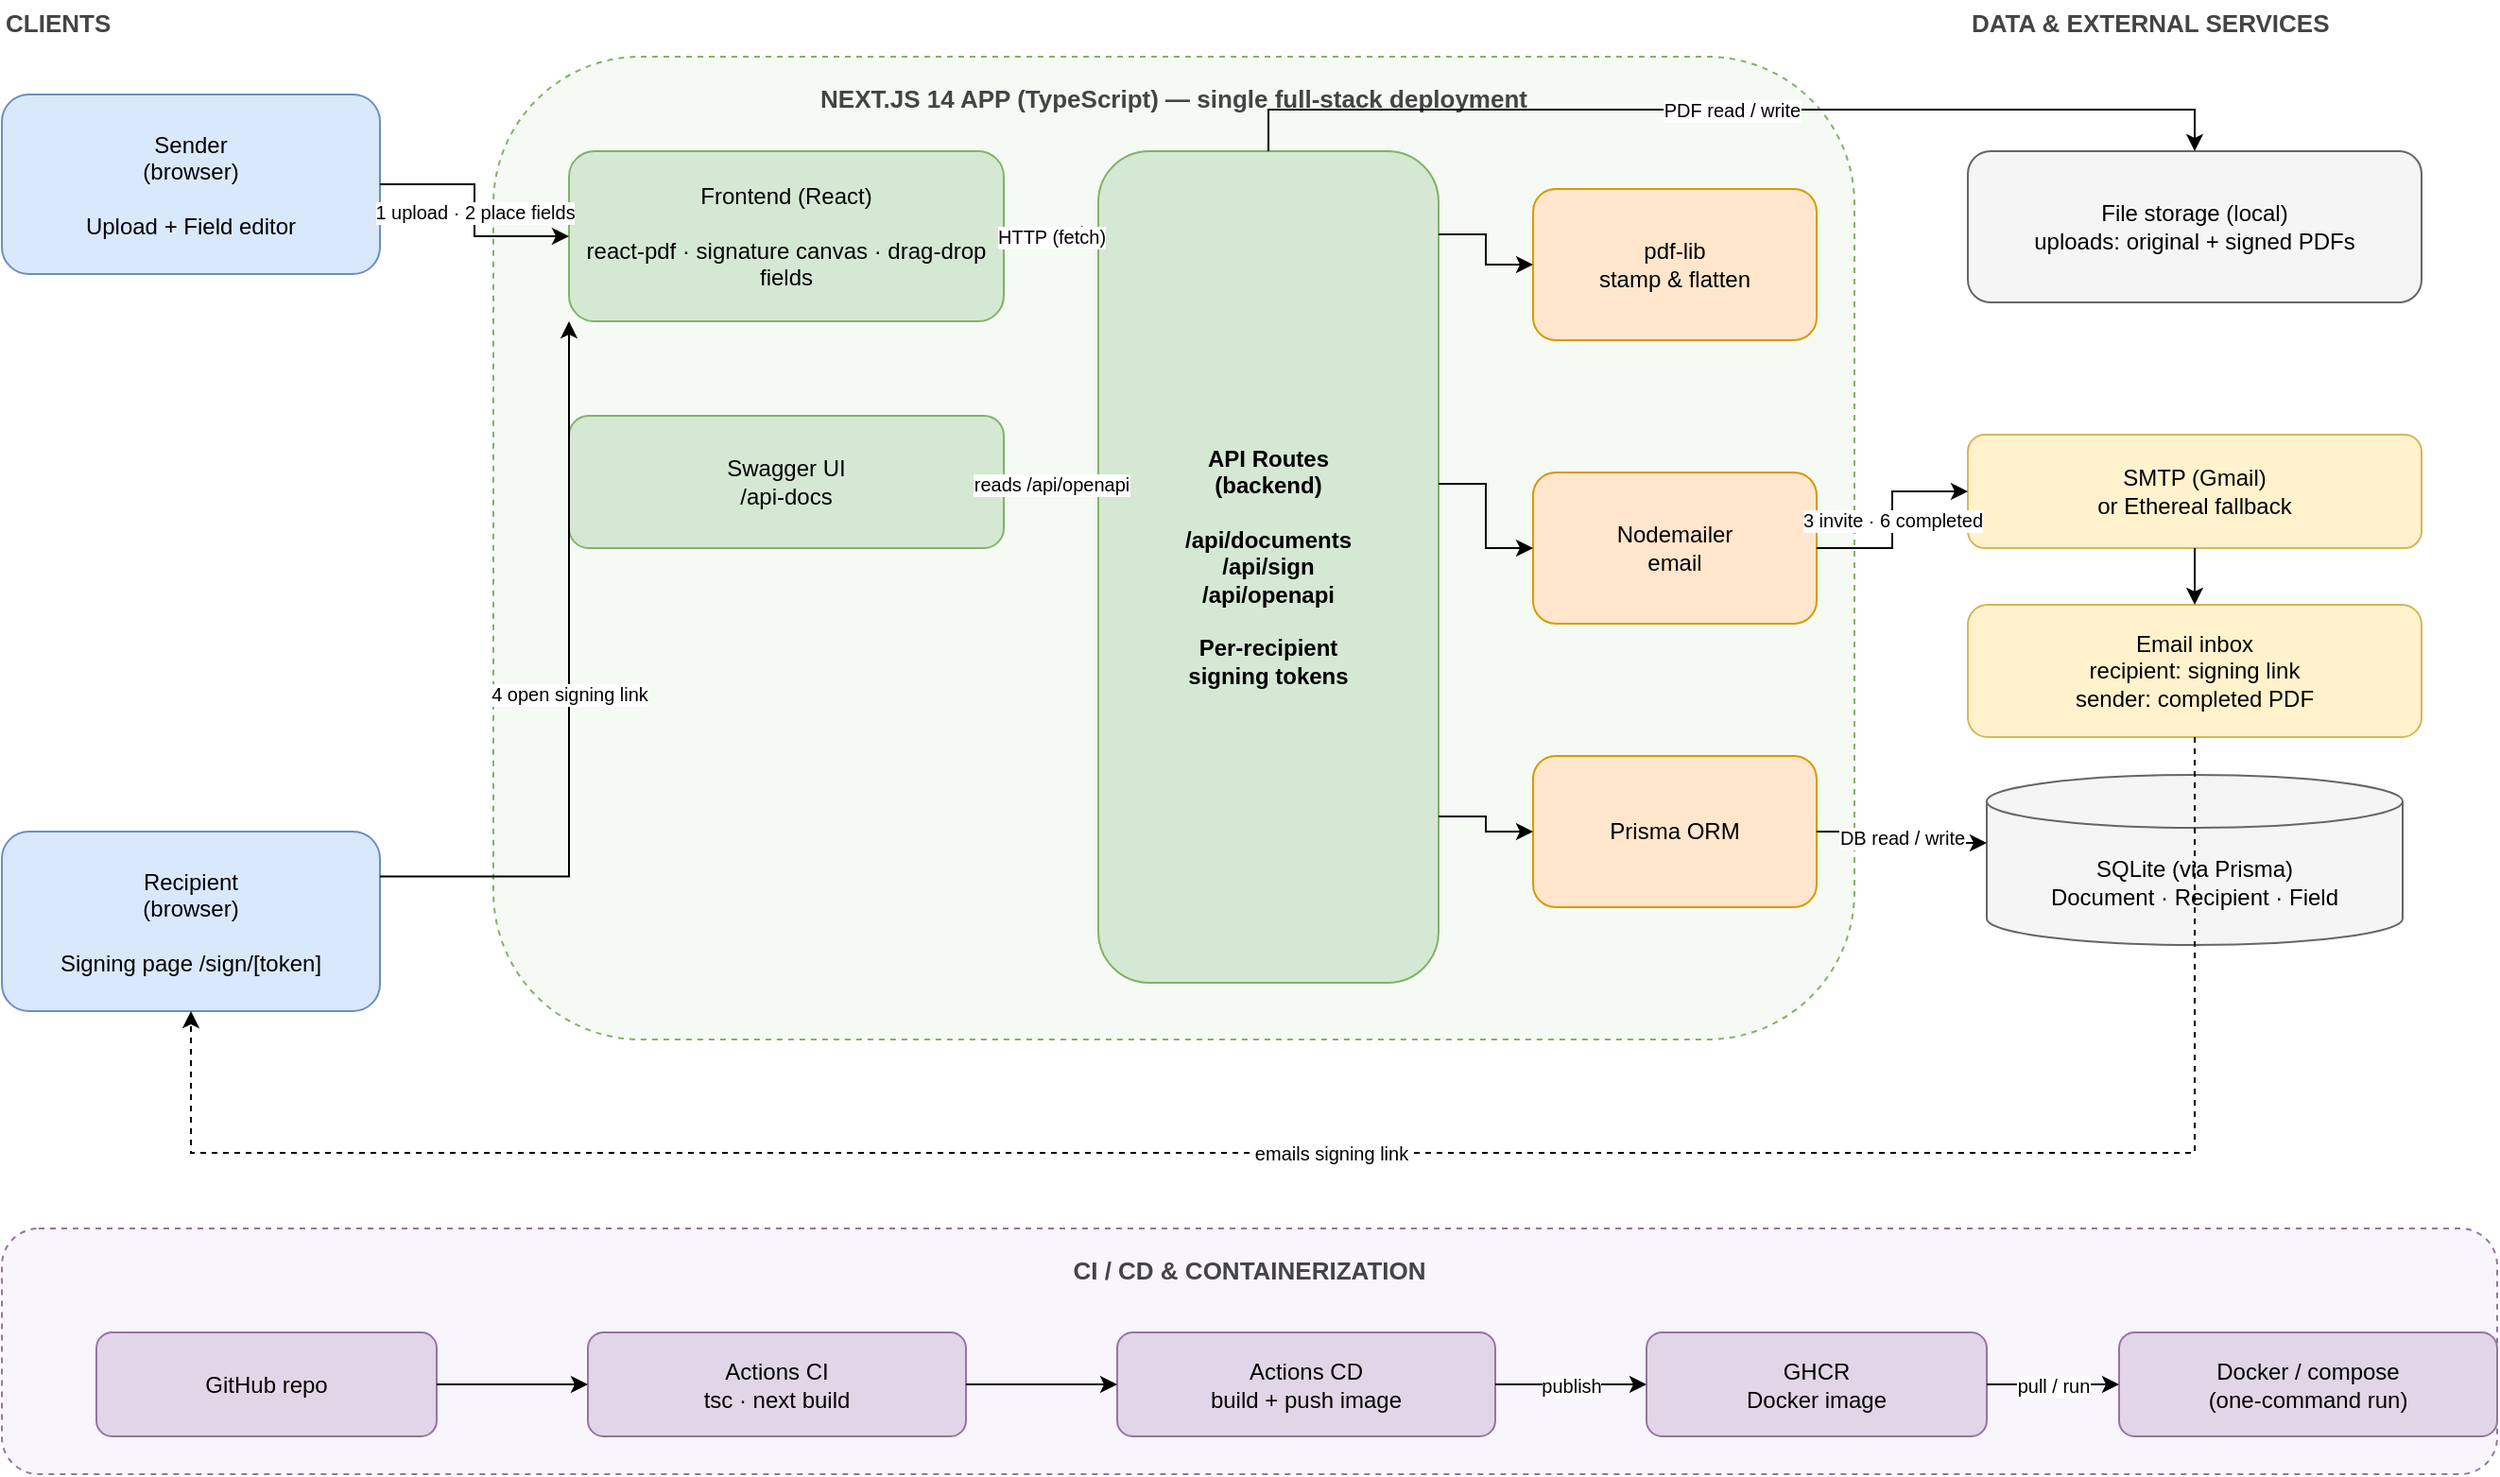
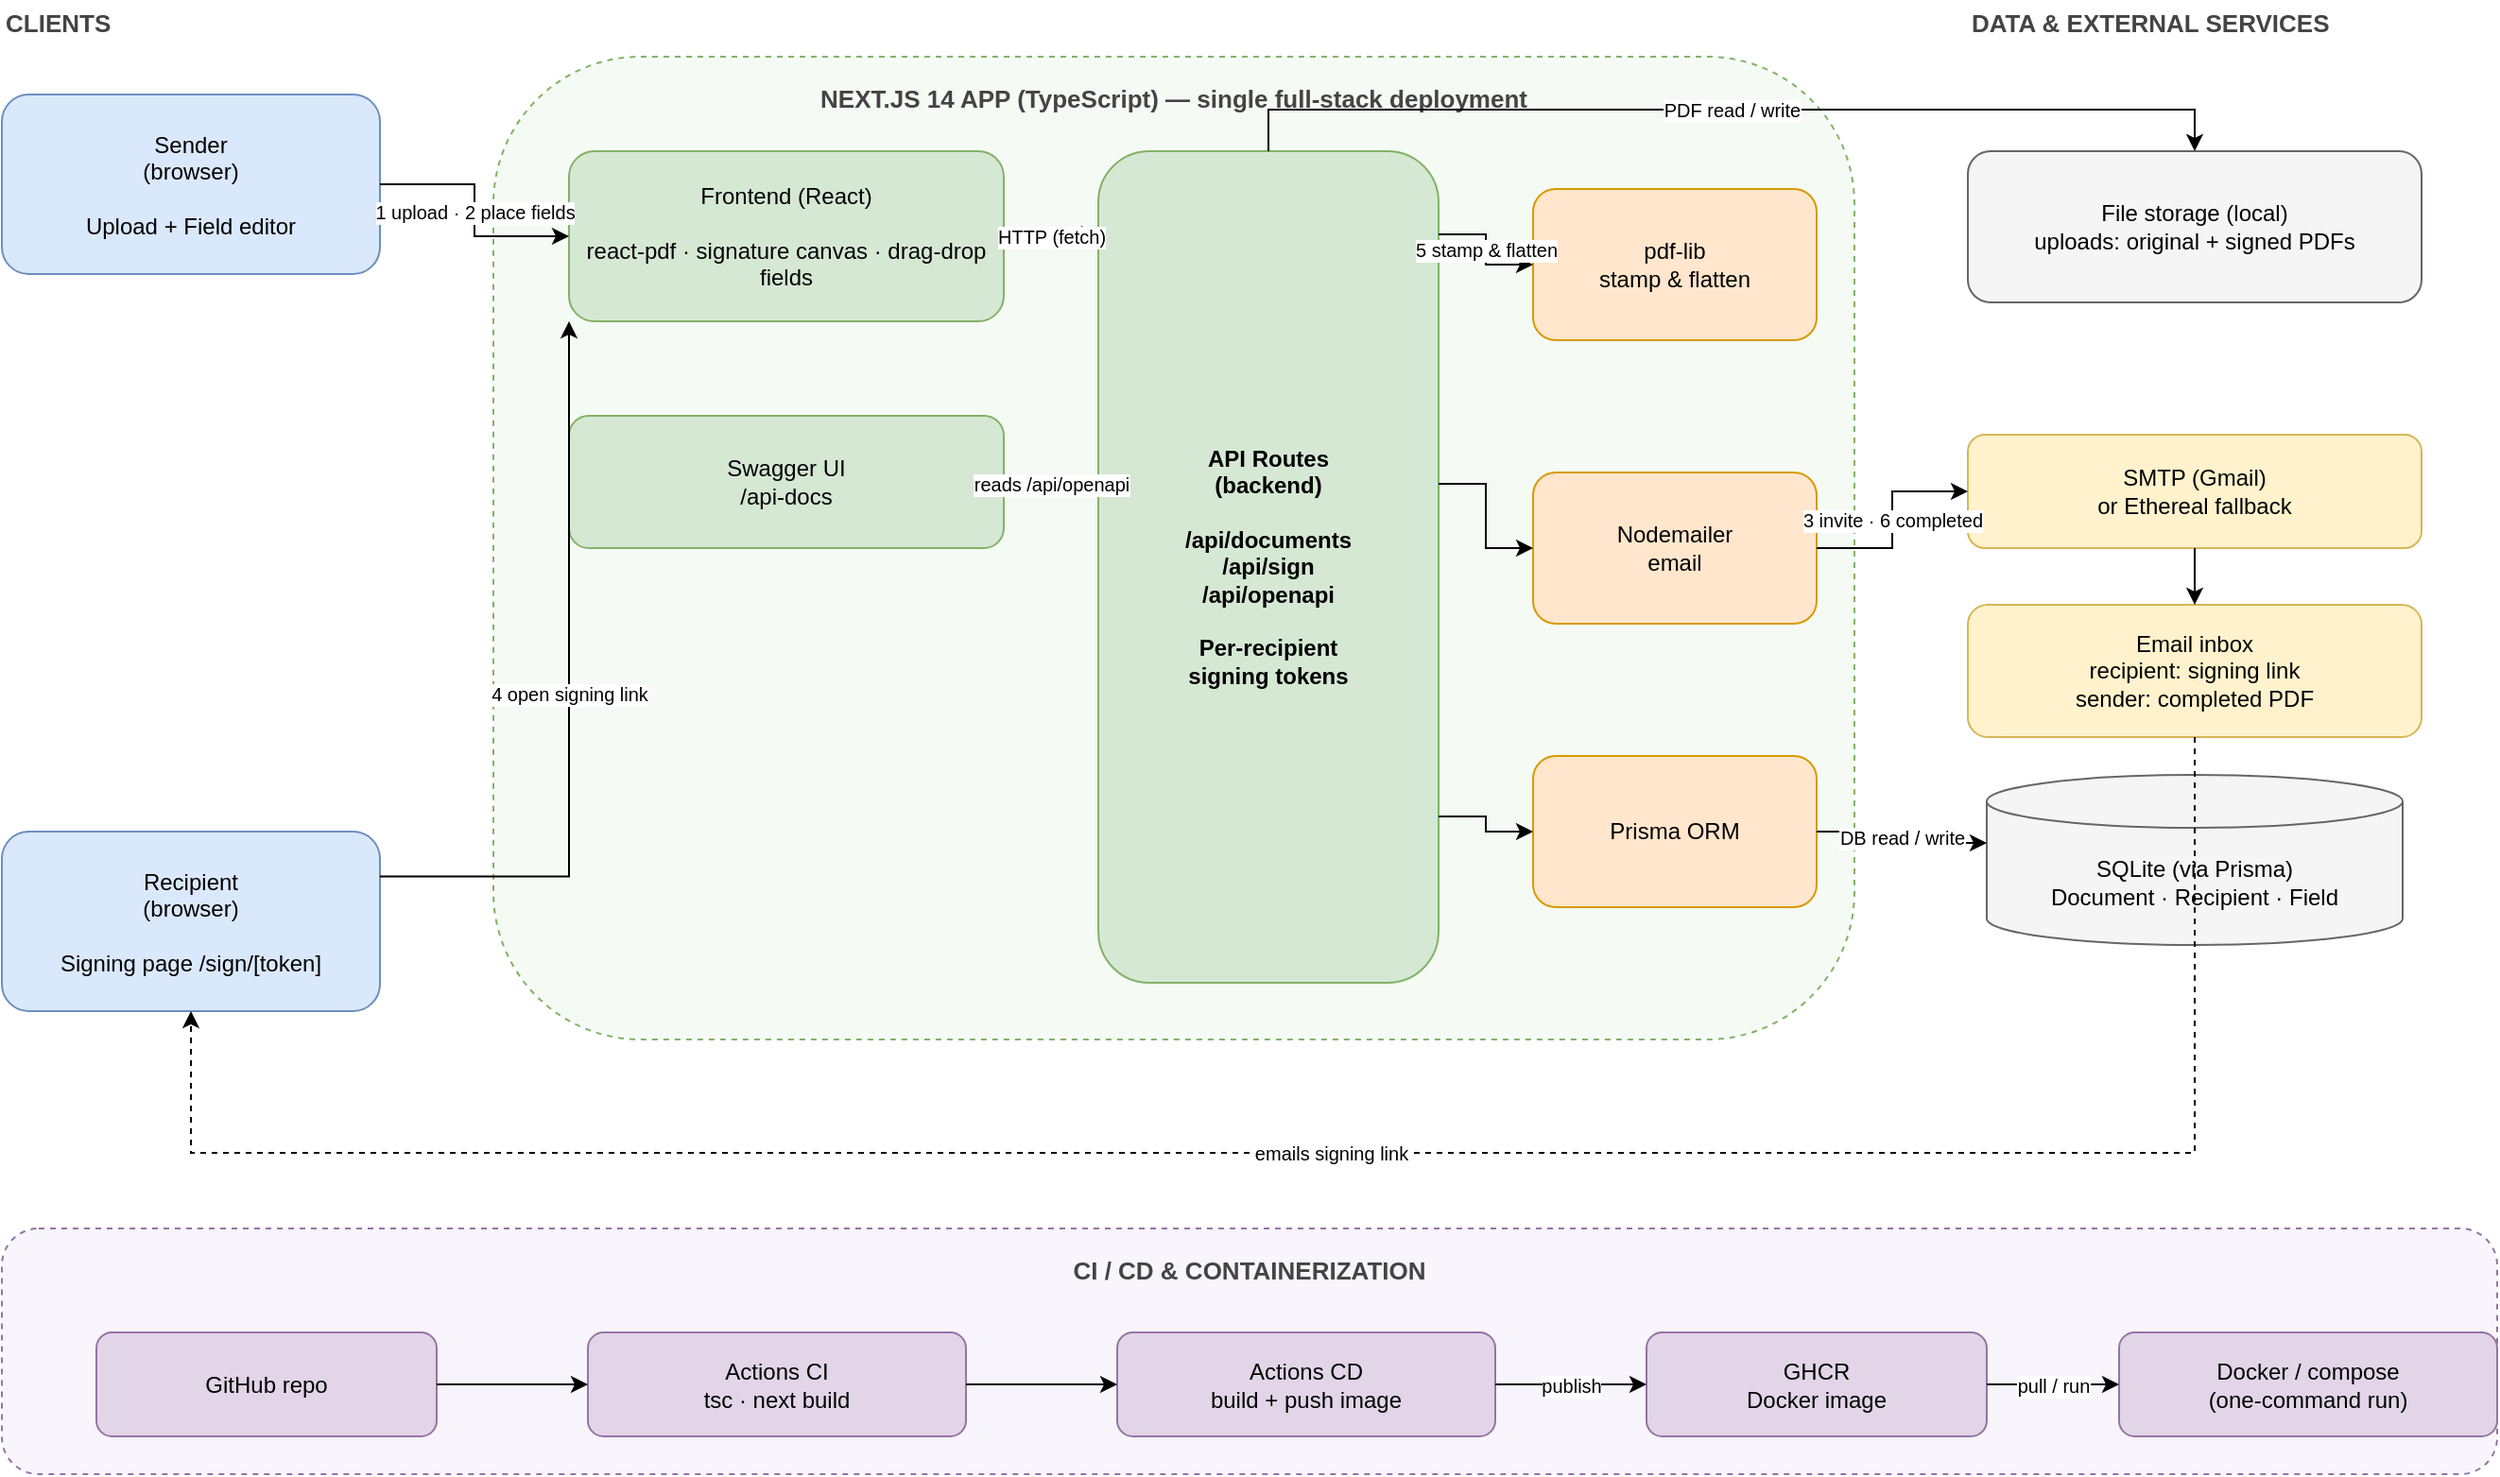
<mxfile host="app.diagrams.net" type="device">
  <diagram id="esign-mvp" name="System architecture">
    <mxGraphModel dx="1400" dy="900" grid="1" gridSize="10" guides="1" tooltips="1" connect="1" arrows="1" fold="1" page="1" pageScale="1" pageWidth="1400" pageHeight="900" math="0" shadow="0">
      <root>
        <mxCell id="0" />
        <mxCell id="1" parent="0" />

        <!-- section titles -->
        <mxCell id="t_clients" value="CLIENTS" style="text;html=1;align=left;verticalAlign=middle;fontStyle=1;fontSize=13;fontColor=#444444;" vertex="1" parent="1">
          <mxGeometry x="40" y="70" width="200" height="24" as="geometry" />
        </mxCell>
        <mxCell id="t_data" value="DATA &amp; EXTERNAL SERVICES" style="text;html=1;align=left;verticalAlign=middle;fontStyle=1;fontSize=13;fontColor=#444444;" vertex="1" parent="1">
          <mxGeometry x="1080" y="70" width="280" height="24" as="geometry" />
        </mxCell>

        <!-- containers -->
        <mxCell id="bg_app" value="NEXT.JS 14 APP (TypeScript) — single full-stack deployment" style="rounded=1;whiteSpace=wrap;html=1;dashed=1;fillColor=#f5faf5;strokeColor=#82b366;verticalAlign=top;fontStyle=1;fontSize=13;fontColor=#444444;spacingTop=8;" vertex="1" parent="1">
          <mxGeometry x="300" y="100" width="720" height="520" as="geometry" />
        </mxCell>
        <mxCell id="bg_devops" value="CI / CD &amp; CONTAINERIZATION" style="rounded=1;whiteSpace=wrap;html=1;dashed=1;fillColor=#f9f5fc;strokeColor=#9673a6;verticalAlign=top;fontStyle=1;fontSize=13;fontColor=#444444;spacingTop=8;" vertex="1" parent="1">
          <mxGeometry x="40" y="720" width="1320" height="130" as="geometry" />
        </mxCell>

        <!-- clients -->
        <mxCell id="c_sender" value="Sender&#10;(browser)&#10;&#10;Upload + Field editor" style="rounded=1;whiteSpace=wrap;html=1;fillColor=#dae8fc;strokeColor=#6c8ebf;fontSize=12;" vertex="1" parent="1">
          <mxGeometry x="40" y="120" width="200" height="95" as="geometry" />
        </mxCell>
        <mxCell id="c_recipient" value="Recipient&#10;(browser)&#10;&#10;Signing page /sign/[token]" style="rounded=1;whiteSpace=wrap;html=1;fillColor=#dae8fc;strokeColor=#6c8ebf;fontSize=12;" vertex="1" parent="1">
          <mxGeometry x="40" y="510" width="200" height="95" as="geometry" />
        </mxCell>

        <!-- app internals -->
        <mxCell id="fe" value="Frontend (React)&#10;&#10;react-pdf · signature canvas · drag-drop fields" style="rounded=1;whiteSpace=wrap;html=1;fillColor=#d5e8d4;strokeColor=#82b366;fontSize=12;" vertex="1" parent="1">
          <mxGeometry x="340" y="150" width="230" height="90" as="geometry" />
        </mxCell>
        <mxCell id="sw" value="Swagger UI&#10;/api-docs" style="rounded=1;whiteSpace=wrap;html=1;fillColor=#d5e8d4;strokeColor=#82b366;fontSize=12;" vertex="1" parent="1">
          <mxGeometry x="340" y="290" width="230" height="70" as="geometry" />
        </mxCell>
        <mxCell id="api" value="API Routes&#10;(backend)&#10;&#10;/api/documents&#10;/api/sign&#10;/api/openapi&#10;&#10;Per-recipient&#10;signing tokens" style="rounded=1;whiteSpace=wrap;html=1;fillColor=#d5e8d4;strokeColor=#82b366;fontSize=12;fontStyle=1;verticalAlign=middle;" vertex="1" parent="1">
          <mxGeometry x="620" y="150" width="180" height="440" as="geometry" />
        </mxCell>
        <mxCell id="stamp" value="pdf-lib&#10;stamp &amp; flatten" style="rounded=1;whiteSpace=wrap;html=1;fillColor=#ffe6cc;strokeColor=#d79b00;fontSize=12;" vertex="1" parent="1">
          <mxGeometry x="850" y="170" width="150" height="80" as="geometry" />
        </mxCell>
        <mxCell id="mail" value="Nodemailer&#10;email" style="rounded=1;whiteSpace=wrap;html=1;fillColor=#ffe6cc;strokeColor=#d79b00;fontSize=12;" vertex="1" parent="1">
          <mxGeometry x="850" y="320" width="150" height="80" as="geometry" />
        </mxCell>
        <mxCell id="prisma" value="Prisma ORM" style="rounded=1;whiteSpace=wrap;html=1;fillColor=#ffe6cc;strokeColor=#d79b00;fontSize=12;" vertex="1" parent="1">
          <mxGeometry x="850" y="470" width="150" height="80" as="geometry" />
        </mxCell>

        <!-- data + external services -->
        <mxCell id="files" value="File storage (local)&#10;uploads: original + signed PDFs" style="rounded=1;whiteSpace=wrap;html=1;fillColor=#f5f5f5;strokeColor=#666666;fontSize=12;" vertex="1" parent="1">
          <mxGeometry x="1080" y="150" width="240" height="80" as="geometry" />
        </mxCell>
        <mxCell id="smtp" value="SMTP (Gmail)&#10;or Ethereal fallback" style="rounded=1;whiteSpace=wrap;html=1;fillColor=#fff2cc;strokeColor=#d6b656;fontSize=12;" vertex="1" parent="1">
          <mxGeometry x="1080" y="300" width="240" height="60" as="geometry" />
        </mxCell>
        <mxCell id="inbox" value="Email inbox&#10;recipient: signing link&#10;sender: completed PDF" style="rounded=1;whiteSpace=wrap;html=1;fillColor=#fff2cc;strokeColor=#d6b656;fontSize=12;" vertex="1" parent="1">
          <mxGeometry x="1080" y="390" width="240" height="70" as="geometry" />
        </mxCell>
        <mxCell id="db" value="SQLite (via Prisma)&#10;Document · Recipient · Field" style="shape=cylinder3;whiteSpace=wrap;html=1;boundedLbl=1;backgroundOutline=1;size=14;fillColor=#f5f5f5;strokeColor=#666666;fontSize=12;" vertex="1" parent="1">
          <mxGeometry x="1090" y="480" width="220" height="90" as="geometry" />
        </mxCell>

        <!-- devops -->
        <mxCell id="gh" value="GitHub repo" style="rounded=1;whiteSpace=wrap;html=1;fillColor=#e1d5e7;strokeColor=#9673a6;fontSize=12;" vertex="1" parent="1">
          <mxGeometry x="90" y="775" width="180" height="55" as="geometry" />
        </mxCell>
        <mxCell id="ci" value="Actions CI&#10;tsc · next build" style="rounded=1;whiteSpace=wrap;html=1;fillColor=#e1d5e7;strokeColor=#9673a6;fontSize=12;" vertex="1" parent="1">
          <mxGeometry x="350" y="775" width="200" height="55" as="geometry" />
        </mxCell>
        <mxCell id="cd" value="Actions CD&#10;build + push image" style="rounded=1;whiteSpace=wrap;html=1;fillColor=#e1d5e7;strokeColor=#9673a6;fontSize=12;" vertex="1" parent="1">
          <mxGeometry x="630" y="775" width="200" height="55" as="geometry" />
        </mxCell>
        <mxCell id="ghcr" value="GHCR&#10;Docker image" style="rounded=1;whiteSpace=wrap;html=1;fillColor=#e1d5e7;strokeColor=#9673a6;fontSize=12;" vertex="1" parent="1">
          <mxGeometry x="910" y="775" width="180" height="55" as="geometry" />
        </mxCell>
        <mxCell id="docker" value="Docker / compose&#10;(one-command run)" style="rounded=1;whiteSpace=wrap;html=1;fillColor=#e1d5e7;strokeColor=#9673a6;fontSize=12;" vertex="1" parent="1">
          <mxGeometry x="1160" y="775" width="200" height="55" as="geometry" />
        </mxCell>

        <!-- edges: client <-> app -->
        <mxCell id="e_s1" value="1 upload · 2 place fields" style="edgeStyle=orthogonalEdgeStyle;rounded=0;html=1;fontSize=10;exitX=1;exitY=0.5;entryX=0;entryY=0.5;" edge="1" parent="1" source="c_sender" target="fe"><mxGeometry relative="1" as="geometry" /></mxCell>
        <mxCell id="e_r1" value="4 open signing link" style="edgeStyle=orthogonalEdgeStyle;rounded=0;html=1;fontSize=10;exitX=1;exitY=0.25;entryX=0;entryY=1;" edge="1" parent="1" source="c_recipient" target="fe"><mxGeometry relative="1" as="geometry" /></mxCell>

        <!-- edges: app internal -->
        <mxCell id="e_fe_api" value="HTTP (fetch)" style="edgeStyle=orthogonalEdgeStyle;rounded=0;html=1;fontSize=10;exitX=1;exitY=0.5;entryX=0;entryY=0.1;" edge="1" parent="1" source="fe" target="api"><mxGeometry relative="1" as="geometry" /></mxCell>
        <mxCell id="e_sw_api" value="reads /api/openapi" style="edgeStyle=orthogonalEdgeStyle;rounded=0;html=1;dashed=1;fontSize=10;exitX=1;exitY=0.5;entryX=0;entryY=0.4;endArrow=open;" edge="1" parent="1" source="sw" target="api"><mxGeometry relative="1" as="geometry" /></mxCell>
-         <mxCell id="e_api_stamp" style="edgeStyle=orthogonalEdgeStyle;rounded=0;html=1;exitX=1;exitY=0.1;entryX=0;entryY=0.5;" edge="1" parent="1" source="api" target="stamp"><mxGeometry relative="1" as="geometry" /></mxCell>
+         <mxCell id="e_api_stamp" value="5 stamp &amp; flatten" style="edgeStyle=orthogonalEdgeStyle;rounded=0;html=1;fontSize=10;exitX=1;exitY=0.1;entryX=0;entryY=0.5;" edge="1" parent="1" source="api" target="stamp"><mxGeometry relative="1" as="geometry" /></mxCell>
        <mxCell id="e_api_mail" style="edgeStyle=orthogonalEdgeStyle;rounded=0;html=1;exitX=1;exitY=0.4;entryX=0;entryY=0.5;" edge="1" parent="1" source="api" target="mail"><mxGeometry relative="1" as="geometry" /></mxCell>
        <mxCell id="e_api_prisma" style="edgeStyle=orthogonalEdgeStyle;rounded=0;html=1;exitX=1;exitY=0.8;entryX=0;entryY=0.5;" edge="1" parent="1" source="api" target="prisma"><mxGeometry relative="1" as="geometry" /></mxCell>

        <!-- edges: app -> data/services -->
        <mxCell id="e_api_files" value="PDF read / write" style="edgeStyle=orthogonalEdgeStyle;rounded=0;html=1;fontSize=10;exitX=0.5;exitY=0;entryX=0.5;entryY=0;" edge="1" parent="1" source="api" target="files">
          <mxGeometry relative="1" as="geometry">
            <Array as="points">
              <mxPoint x="710" y="128" />
              <mxPoint x="1200" y="128" />
            </Array>
          </mxGeometry>
        </mxCell>
        <mxCell id="e_mail_smtp" value="3 invite · 6 completed" style="edgeStyle=orthogonalEdgeStyle;rounded=0;html=1;fontSize=10;exitX=1;exitY=0.5;entryX=0;entryY=0.5;" edge="1" parent="1" source="mail" target="smtp"><mxGeometry relative="1" as="geometry" /></mxCell>
        <mxCell id="e_smtp_inbox" style="edgeStyle=orthogonalEdgeStyle;rounded=0;html=1;exitX=0.5;exitY=1;entryX=0.5;entryY=0;" edge="1" parent="1" source="smtp" target="inbox"><mxGeometry relative="1" as="geometry" /></mxCell>
        <mxCell id="e_prisma_db" value="DB read / write" style="edgeStyle=orthogonalEdgeStyle;rounded=0;html=1;fontSize=10;exitX=1;exitY=0.5;entryX=0;entryY=0.4;" edge="1" parent="1" source="prisma" target="db"><mxGeometry relative="1" as="geometry" /></mxCell>

        <!-- edge: email delivers signing link back to recipient -->
        <mxCell id="e_inbox_rec" value="emails signing link" style="edgeStyle=orthogonalEdgeStyle;rounded=0;html=1;dashed=1;fontSize=10;exitX=0.5;exitY=1;entryX=0.5;entryY=1;" edge="1" parent="1" source="inbox" target="c_recipient">
          <mxGeometry relative="1" as="geometry">
            <Array as="points">
              <mxPoint x="1200" y="680" />
              <mxPoint x="140" y="680" />
            </Array>
          </mxGeometry>
        </mxCell>

        <!-- edges: devops -->
        <mxCell id="e_gh_ci" style="edgeStyle=orthogonalEdgeStyle;rounded=0;html=1;exitX=1;exitY=0.5;entryX=0;entryY=0.5;" edge="1" parent="1" source="gh" target="ci"><mxGeometry relative="1" as="geometry" /></mxCell>
        <mxCell id="e_ci_cd" style="edgeStyle=orthogonalEdgeStyle;rounded=0;html=1;exitX=1;exitY=0.5;entryX=0;entryY=0.5;" edge="1" parent="1" source="ci" target="cd"><mxGeometry relative="1" as="geometry" /></mxCell>
        <mxCell id="e_cd_ghcr" value="publish" style="edgeStyle=orthogonalEdgeStyle;rounded=0;html=1;fontSize=10;exitX=1;exitY=0.5;entryX=0;entryY=0.5;" edge="1" parent="1" source="cd" target="ghcr"><mxGeometry relative="1" as="geometry" /></mxCell>
        <mxCell id="e_ghcr_docker" value="pull / run" style="edgeStyle=orthogonalEdgeStyle;rounded=0;html=1;fontSize=10;exitX=1;exitY=0.5;entryX=0;entryY=0.5;" edge="1" parent="1" source="ghcr" target="docker"><mxGeometry relative="1" as="geometry" /></mxCell>
      </root>
    </mxGraphModel>
  </diagram>
  <diagram id="signing-pipeline" name="Signing pipeline (business flow)">
    <mxGraphModel dx="1400" dy="900" grid="1" gridSize="10" guides="1" tooltips="1" connect="1" arrows="1" fold="1" page="1" pageScale="1" pageWidth="1400" pageHeight="900" math="0" shadow="0">
      <root>
        <mxCell id="0" />
        <mxCell id="1" parent="0" />

        <mxCell id="t_title" value="e-Sign workflow — what happens, end to end" style="text;html=1;align=left;verticalAlign=middle;fontStyle=1;fontSize=16;" vertex="1" parent="1">
          <mxGeometry x="40" y="40" width="560" height="30" as="geometry" />
        </mxCell>
        <mxCell id="t_legend" value="Blue = Sender acts     ·     Orange = Recipient acts     ·     Green = System does it automatically" style="text;html=1;align=left;verticalAlign=top;fontSize=12;fontColor=#555555;" vertex="1" parent="1">
          <mxGeometry x="40" y="72" width="760" height="24" as="geometry" />
        </mxCell>

        <mxCell id="p1" value="1. Upload&#10;&#10;Sender uploads the PDF to be signed" style="rounded=1;whiteSpace=wrap;html=1;fillColor=#dae8fc;strokeColor=#6c8ebf;fontSize=13;" vertex="1" parent="1">
          <mxGeometry x="40" y="160" width="180" height="110" as="geometry" />
        </mxCell>
        <mxCell id="p2" value="2. Prepare&#10;&#10;Drop signature / text / date / checkbox / radio fields and assign each recipient" style="rounded=1;whiteSpace=wrap;html=1;fillColor=#dae8fc;strokeColor=#6c8ebf;fontSize=13;" vertex="1" parent="1">
          <mxGeometry x="270" y="160" width="180" height="110" as="geometry" />
        </mxCell>
        <mxCell id="p3" value="3. Send&#10;&#10;Each recipient is emailed a unique, private signing link" style="rounded=1;whiteSpace=wrap;html=1;fillColor=#dae8fc;strokeColor=#6c8ebf;fontSize=13;" vertex="1" parent="1">
          <mxGeometry x="500" y="160" width="180" height="110" as="geometry" />
        </mxCell>
        <mxCell id="p4" value="4. Sign&#10;&#10;Recipient opens the link and fills &amp; signs in the browser (name &amp; date pre-filled)" style="rounded=1;whiteSpace=wrap;html=1;fillColor=#ffe6cc;strokeColor=#d79b00;fontSize=13;" vertex="1" parent="1">
          <mxGeometry x="730" y="160" width="180" height="110" as="geometry" />
        </mxCell>
        <mxCell id="p5" value="5. Finalize&#10;&#10;Signature image and all values are flattened into the PDF" style="rounded=1;whiteSpace=wrap;html=1;fillColor=#d5e8d4;strokeColor=#82b366;fontSize=13;" vertex="1" parent="1">
          <mxGeometry x="960" y="160" width="180" height="110" as="geometry" />
        </mxCell>
        <mxCell id="p6" value="6. Complete&#10;&#10;When everyone has signed, the sender gets the finished, signed PDF to download" style="rounded=1;whiteSpace=wrap;html=1;fillColor=#d5e8d4;strokeColor=#82b366;fontSize=13;" vertex="1" parent="1">
          <mxGeometry x="1190" y="160" width="180" height="110" as="geometry" />
        </mxCell>

        <mxCell id="f1" style="edgeStyle=orthogonalEdgeStyle;rounded=0;html=1;strokeWidth=2;endArrow=block;" edge="1" parent="1" source="p1" target="p2"><mxGeometry relative="1" as="geometry" /></mxCell>
        <mxCell id="f2" style="edgeStyle=orthogonalEdgeStyle;rounded=0;html=1;strokeWidth=2;endArrow=block;" edge="1" parent="1" source="p2" target="p3"><mxGeometry relative="1" as="geometry" /></mxCell>
        <mxCell id="f3" style="edgeStyle=orthogonalEdgeStyle;rounded=0;html=1;strokeWidth=2;endArrow=block;" edge="1" parent="1" source="p3" target="p4"><mxGeometry relative="1" as="geometry" /></mxCell>
        <mxCell id="f4" style="edgeStyle=orthogonalEdgeStyle;rounded=0;html=1;strokeWidth=2;endArrow=block;" edge="1" parent="1" source="p4" target="p5"><mxGeometry relative="1" as="geometry" /></mxCell>
        <mxCell id="f5" style="edgeStyle=orthogonalEdgeStyle;rounded=0;html=1;strokeWidth=2;endArrow=block;" edge="1" parent="1" source="p5" target="p6"><mxGeometry relative="1" as="geometry" /></mxCell>
      </root>
    </mxGraphModel>
  </diagram>
</mxfile>
